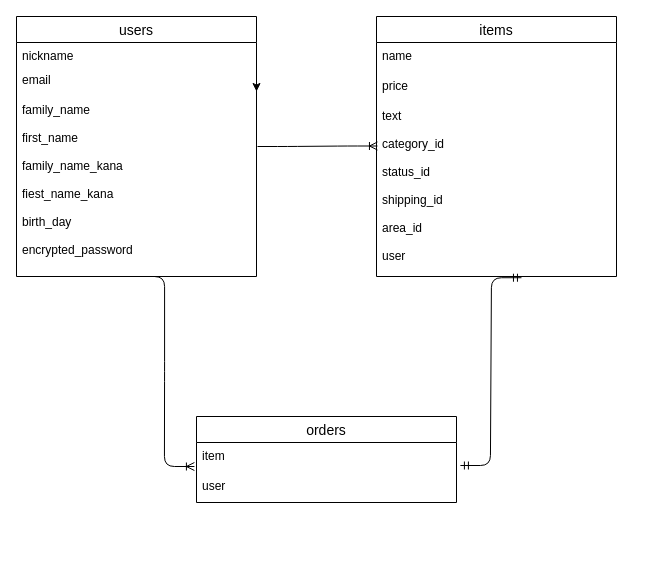
Above: Furima.dio in galmba04/furima-35647 (draw.io), before the change. Source tidied: cells renumbered, new cells numbered last; positions are measured from the earlier drawing's top-left corner, leaving out a move shared by most shapes. Both pictures are drawn from the tidied source at 100%, with x=0, y=0 at pixel (16, 16).
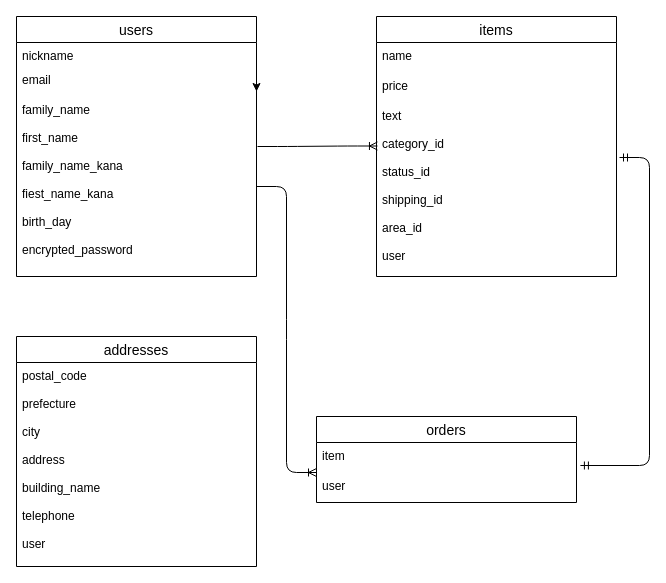
After the change.

Unchanged cells that the change refers to:
```xml
<mxCell id="5" value="family_name&#10;&#10;first_name&#10;&#10;family_name_kana&#10;&#10;fiest_name_kana&#10;&#10;birth_day&#10;&#10;encrypted_password&#10;" style="text;strokeColor=none;fillColor=none;spacingLeft=4;spacingRight=4;overflow=hidden;points=[[0,0.5],[1,0.5]];portConstraint=eastwest;fontSize=12;" parent="2" vertex="1">
  <mxGeometry y="80" width="240" height="180" as="geometry" />
</mxCell>
<mxCell id="9" value="text&#10;&#10;category_id&#10;&#10;status_id&#10;&#10;shipping_id&#10;&#10;area_id&#10;&#10;user" style="text;strokeColor=none;fillColor=none;spacingLeft=4;spacingRight=4;overflow=hidden;points=[[0,0.5],[1,0.5]];portConstraint=eastwest;fontSize=12;" parent="6" vertex="1">
  <mxGeometry y="86" width="240" height="174" as="geometry" />
</mxCell>
<mxCell id="11" value="item" style="text;strokeColor=none;fillColor=none;spacingLeft=4;spacingRight=4;overflow=hidden;points=[[0,0.5],[1,0.5]];portConstraint=eastwest;fontSize=12;" parent="10" vertex="1">
  <mxGeometry y="26" width="260" height="30" as="geometry" />
</mxCell>
<mxCell id="12" value="user" style="text;strokeColor=none;fillColor=none;spacingLeft=4;spacingRight=4;overflow=hidden;points=[[0,0.5],[1,0.5]];portConstraint=eastwest;fontSize=12;" parent="10" vertex="1">
  <mxGeometry y="56" width="260" height="30" as="geometry" />
</mxCell>
```

Diff of the diagram source:
```diff
@@
     <mxCell id="10" value="orders" style="swimlane;fontStyle=0;horizontal=1;startSize=26;align=center;fontSize=14;" parent="1" vertex="1">
-      <mxGeometry x="180" y="400" width="260" height="86" as="geometry" />
+      <mxGeometry x="300" y="400" width="260" height="86" as="geometry" />
     </mxCell>
@@
-    <mxCell id="15" style="edgeStyle=entityRelationEdgeStyle;fontSize=12;html=1;endArrow=ERoneToMany;entryX=-0.008;entryY=0.8;entryDx=0;entryDy=0;entryPerimeter=0;exitX=0.492;exitY=1;exitDx=0;exitDy=0;exitPerimeter=0;" parent="1" edge="1" source="5" target="11">
+    <mxCell id="15" style="edgeStyle=entityRelationEdgeStyle;fontSize=12;html=1;endArrow=ERoneToMany;entryX=0;entryY=0;entryDx=0;entryDy=0;entryPerimeter=0;" parent="1" edge="1" source="5" target="12">
       <mxGeometry relative="1" as="geometry" />
     </mxCell>
-    <mxCell id="16" style="edgeStyle=entityRelationEdgeStyle;fontSize=12;html=1;endArrow=ERmandOne;startArrow=ERmandOne;exitX=0.604;exitY=1.007;exitDx=0;exitDy=0;exitPerimeter=0;entryX=1.015;entryY=0.767;entryDx=0;entryDy=0;entryPerimeter=0;" parent="1" edge="1" source="9" target="11">
-      <mxGeometry relative="1" as="geometry" />
+    <mxCell id="16" style="edgeStyle=entityRelationEdgeStyle;fontSize=12;html=1;endArrow=ERmandOne;startArrow=ERmandOne;entryX=1.015;entryY=0.767;entryDx=0;entryDy=0;entryPerimeter=0;" parent="1" edge="1" target="11">
+      <mxGeometry relative="1" as="geometry">
+        <mxPoint x="603" y="141" as="sourcePoint" />
+      </mxGeometry>
     </mxCell>
+    <mxCell id="17" value="addresses" style="swimlane;fontStyle=0;horizontal=1;startSize=26;align=center;fontSize=14;" parent="1" vertex="1">
+      <mxGeometry y="320" width="240" height="230" as="geometry" />
+    </mxCell>
+    <mxCell id="18" value="postal_code&#10;&#10;prefecture&#10;&#10;city&#10;&#10;address&#10;&#10;building_name&#10;&#10;telephone&#10;&#10;user" style="text;strokeColor=none;fillColor=none;spacingLeft=4;spacingRight=4;overflow=hidden;fontSize=12;" parent="17" vertex="1">
+      <mxGeometry y="26" width="240" height="204" as="geometry" />
+    </mxCell>
```
